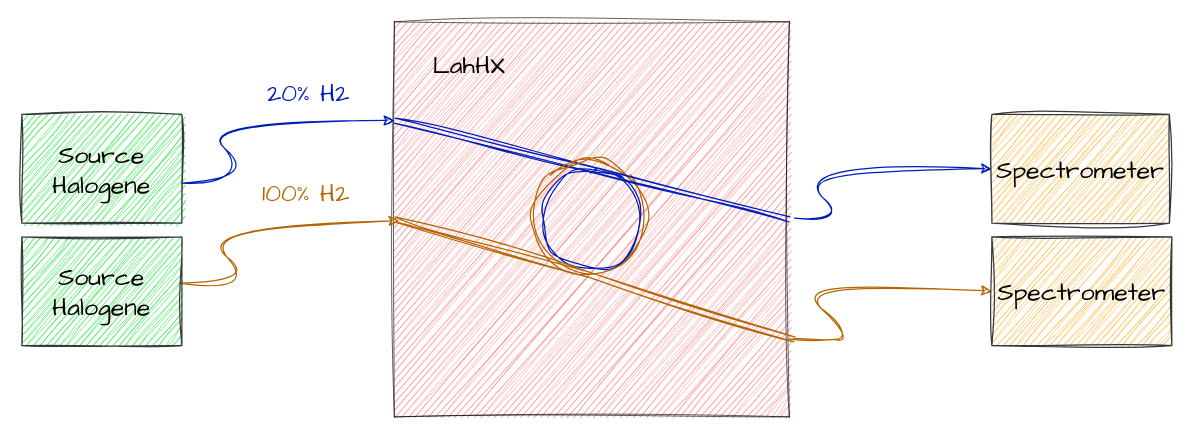
Above: RIA2.drawio in 666creeping666death/C-code (draw.io), before the change. Source tidied: cells renumbered, new cells numbered last; positions are measured from the earlier drawing's top-left corner, leaving out a move shared by most shapes. Both pictures are drawn from the tidied source at 125%, with x=0, y=0 at pixel (21, 21).
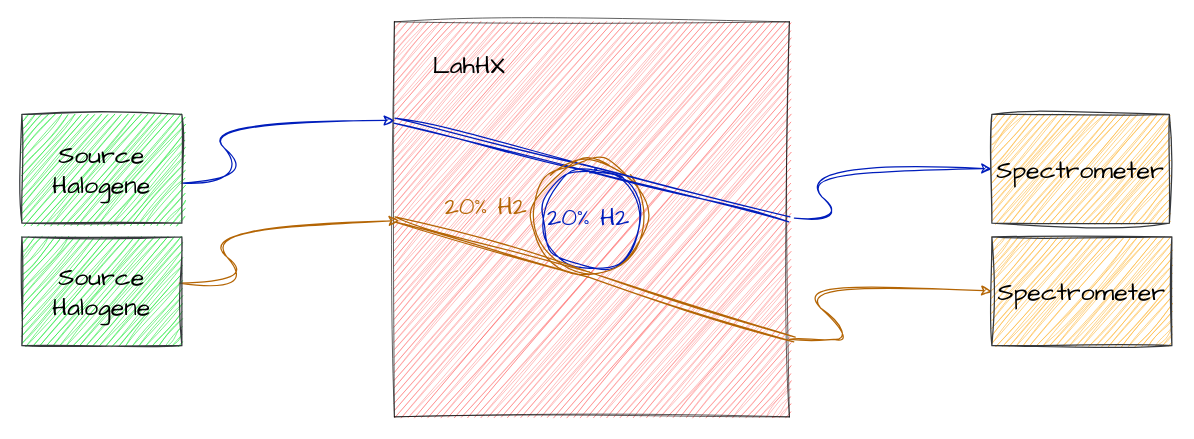
The same diagram, later.

The edit, as a diff of the source:
```diff
@@
     <mxCell id="18" value="&lt;font color=&quot;#001dbc&quot;&gt;20% H2&lt;/font&gt;" style="text;html=1;strokeColor=none;fillColor=none;align=center;verticalAlign=middle;whiteSpace=wrap;rounded=0;fontSize=20;fontFamily=Architects Daughter;" parent="1" vertex="1">
-      <mxGeometry x="184" y="30" width="91" height="53" as="geometry" />
+      <mxGeometry x="407.5" y="129.6" width="91" height="53" as="geometry" />
     </mxCell>
-    <mxCell id="19" value="&lt;div&gt;&lt;font color=&quot;#b46504&quot;&gt;100% H2&lt;/font&gt;&lt;br&gt;&lt;/div&gt;" style="text;html=1;strokeColor=none;fillColor=none;align=center;verticalAlign=middle;whiteSpace=wrap;rounded=0;fontSize=20;fontFamily=Architects Daughter;" parent="1" vertex="1">
-      <mxGeometry x="182" y="120" width="90.5" height="34" as="geometry" />
+    <mxCell id="19" value="&lt;div&gt;&lt;font color=&quot;#b46504&quot;&gt;20% H2&lt;/font&gt;&lt;br&gt;&lt;/div&gt;" style="text;html=1;strokeColor=none;fillColor=none;align=center;verticalAlign=middle;whiteSpace=wrap;rounded=0;fontSize=20;fontFamily=Architects Daughter;" parent="1" vertex="1">
+      <mxGeometry x="325.5" y="129.6" width="90.5" height="34" as="geometry" />
     </mxCell>
```
